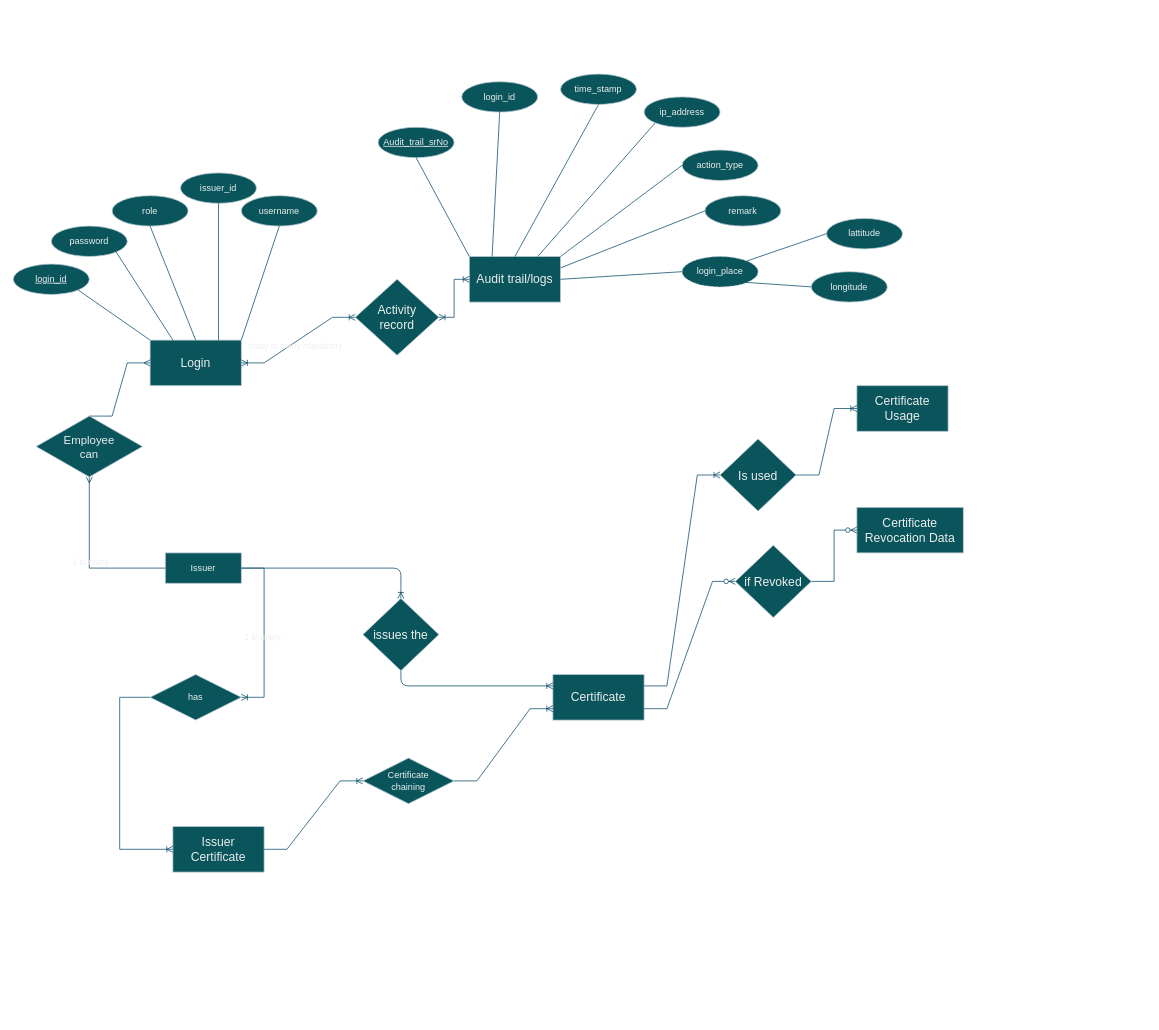
Above: E-R dig.drawio in mimoneysh/DB_Design (draw.io), before the change. Source tidied: cells renumbered, new cells numbered last; positions are measured from the earlier drawing's top-left corner, leaving out a move shared by most shapes. Both pictures are drawn from the tidied source at 76%, with x=0, y=0 at pixel (13, 74).
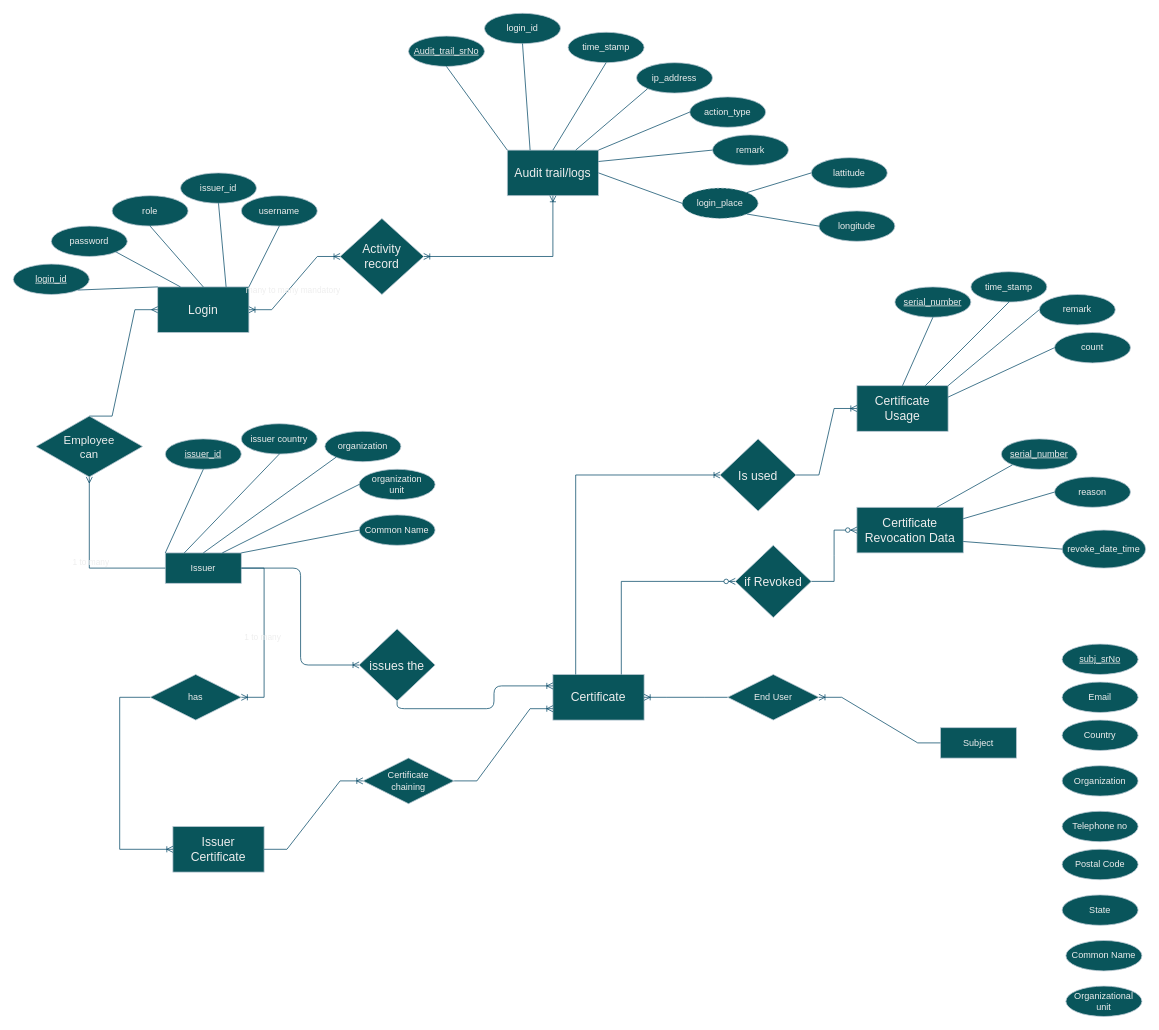
The same page after the edit.

The change refers to these unchanged cells:
```xml
<mxCell id="2" value="&lt;font style=&quot;font-size: 16px;&quot;&gt;Certificate&lt;/font&gt;" style="rounded=0;whiteSpace=wrap;html=1;fontSize=16;labelBackgroundColor=none;fillColor=#09555B;strokeColor=#BAC8D3;fontColor=#EEEEEE;" parent="1" vertex="1">
  <mxGeometry x="710" y="790" width="120" height="60" as="geometry" />
</mxCell>
<mxCell id="6" value="&lt;font style=&quot;font-size: 16px;&quot;&gt;Certificate&lt;/font&gt; Usage" style="rounded=0;whiteSpace=wrap;html=1;fontSize=16;labelBackgroundColor=none;fillColor=#09555B;strokeColor=#BAC8D3;fontColor=#EEEEEE;" parent="1" vertex="1">
  <mxGeometry x="1110" y="410" width="120" height="60" as="geometry" />
</mxCell>
<mxCell id="7" value="&lt;font style=&quot;font-size: 16px;&quot;&gt;Certificate&lt;/font&gt; Revocation Data" style="rounded=0;whiteSpace=wrap;html=1;fontSize=16;labelBackgroundColor=none;fillColor=#09555B;strokeColor=#BAC8D3;fontColor=#EEEEEE;" parent="1" vertex="1">
  <mxGeometry x="1110" y="570" width="140" height="60" as="geometry" />
</mxCell>
<mxCell id="8" value="Issuer" style="rounded=0;arcSize=10;whiteSpace=wrap;html=1;align=center;labelBackgroundColor=none;fillColor=#09555B;strokeColor=#BAC8D3;fontColor=#EEEEEE;" parent="1" vertex="1">
  <mxGeometry x="200" y="630" width="100" height="40" as="geometry" />
</mxCell>
<mxCell id="29" value="Is used" style="rhombus;whiteSpace=wrap;html=1;fontSize=16;direction=south;rounded=0;labelBackgroundColor=none;fillColor=#09555B;strokeColor=#BAC8D3;fontColor=#EEEEEE;" parent="1" vertex="1">
  <mxGeometry x="930" y="480" width="100" height="95" as="geometry" />
</mxCell>
<mxCell id="32" value="if Revoked" style="rhombus;whiteSpace=wrap;html=1;fontSize=16;direction=south;rounded=0;labelBackgroundColor=none;fillColor=#09555B;strokeColor=#BAC8D3;fontColor=#EEEEEE;" parent="1" vertex="1">
  <mxGeometry x="950" y="620" width="100" height="95" as="geometry" />
</mxCell>
```

The edit, as a diff of the source:
```diff
@@
     <mxCell id="4" value="Login" style="rounded=0;whiteSpace=wrap;html=1;fontSize=16;labelBackgroundColor=none;fillColor=#09555B;strokeColor=#BAC8D3;fontColor=#EEEEEE;" parent="1" vertex="1">
-      <mxGeometry x="180" y="350" width="120" height="60" as="geometry" />
+      <mxGeometry x="190" y="280" width="120" height="60" as="geometry" />
     </mxCell>
     <mxCell id="5" value="&lt;font style=&quot;font-size: 16px;&quot;&gt;Audit trail/logs&lt;/font&gt;" style="rounded=0;whiteSpace=wrap;html=1;labelBackgroundColor=none;fillColor=#09555B;strokeColor=#BAC8D3;fontColor=#EEEEEE;" parent="1" vertex="1">
-      <mxGeometry x="600" y="240" width="120" height="60" as="geometry" />
+      <mxGeometry x="650" y="100" width="120" height="60" as="geometry" />
     </mxCell>
@@
     <mxCell id="12" value="&lt;div style=&quot;font-size: 16px;&quot;&gt;&lt;font style=&quot;font-size: 16px;&quot;&gt;Activity&lt;/font&gt;&lt;/div&gt;&lt;div style=&quot;font-size: 16px;&quot;&gt;&lt;font style=&quot;font-size: 16px;&quot;&gt;record&lt;font style=&quot;font-size: 16px;&quot;&gt;&lt;br&gt;&lt;/font&gt;&lt;/font&gt;&lt;/div&gt;" style="rhombus;whiteSpace=wrap;html=1;rounded=0;labelBackgroundColor=none;fillColor=#09555B;strokeColor=#BAC8D3;fontColor=#EEEEEE;" parent="1" vertex="1">
-      <mxGeometry x="450" y="270" width="110" height="100" as="geometry" />
+      <mxGeometry x="430" y="190" width="110" height="100" as="geometry" />
     </mxCell>
@@
-    <mxCell id="22" style="edgeStyle=orthogonalEdgeStyle;fontSize=12;html=1;endArrow=ERoneToMany;labelBackgroundColor=none;fontColor=default;exitX=1;exitY=0.5;exitDx=0;exitDy=0;entryX=0;entryY=0.5;entryDx=0;entryDy=0;strokeColor=#0B4D6A;" parent="1" edge="1" source="8" target="23">
+    <mxCell id="22" style="fontSize=12;html=1;endArrow=ERoneToMany;labelBackgroundColor=none;fontColor=default;exitX=1;exitY=0.5;exitDx=0;exitDy=0;entryX=0.5;entryY=1;entryDx=0;entryDy=0;strokeColor=#0B4D6A;edgeStyle=elbowEdgeStyle;" parent="1" edge="1" source="8" target="23">
       <mxGeometry relative="1" as="geometry" />
     </mxCell>
     <mxCell id="23" value="issues the" style="rhombus;whiteSpace=wrap;html=1;fontSize=16;direction=south;rounded=0;labelBackgroundColor=none;fillColor=#09555B;strokeColor=#BAC8D3;fontColor=#EEEEEE;" parent="1" vertex="1">
-      <mxGeometry x="460" y="690" width="100" height="95" as="geometry" />
+      <mxGeometry x="455" y="730" width="100" height="95" as="geometry" />
     </mxCell>
@@
-    <mxCell id="28" style="edgeStyle=entityRelationEdgeStyle;fontSize=12;html=1;endArrow=ERoneToMany;rounded=0;exitX=1;exitY=0.25;exitDx=0;exitDy=0;entryX=0.5;entryY=1;entryDx=0;entryDy=0;labelBackgroundColor=none;fontColor=default;strokeColor=#0B4D6A;" parent="1" edge="1" source="2" target="29">
+    <mxCell id="28" style="edgeStyle=orthogonalEdgeStyle;fontSize=12;html=1;endArrow=ERoneToMany;rounded=0;exitX=0.25;exitY=0;exitDx=0;exitDy=0;entryX=0.5;entryY=1;entryDx=0;entryDy=0;labelBackgroundColor=none;fontColor=default;strokeColor=#0B4D6A;" parent="1" edge="1" source="2" target="29">
       <mxGeometry relative="1" as="geometry" />
     </mxCell>
@@
-    <mxCell id="31" style="edgeStyle=entityRelationEdgeStyle;fontSize=12;html=1;endArrow=ERzeroToMany;endFill=1;rounded=0;exitX=1;exitY=0.75;exitDx=0;exitDy=0;labelBackgroundColor=none;fontColor=default;strokeColor=#0B4D6A;" parent="1" edge="1" source="2" target="32">
+    <mxCell id="31" style="edgeStyle=orthogonalEdgeStyle;fontSize=12;html=1;endArrow=ERzeroToMany;endFill=1;rounded=0;exitX=0.75;exitY=0;exitDx=0;exitDy=0;labelBackgroundColor=none;fontColor=default;strokeColor=#0B4D6A;entryX=0.5;entryY=1;entryDx=0;entryDy=0;" parent="1" edge="1" source="2" target="32">
       <mxGeometry relative="1" as="geometry" />
     </mxCell>
@@
     <mxCell id="33" value="Audit_trail_srNo" style="ellipse;whiteSpace=wrap;html=1;align=center;fontStyle=4;labelBackgroundColor=none;fillColor=#09555B;strokeColor=#BAC8D3;fontColor=#EEEEEE;" parent="1" vertex="1">
-      <mxGeometry x="480" y="70" width="100" height="40" as="geometry" />
+      <mxGeometry x="520" y="-50" width="100" height="40" as="geometry" />
     </mxCell>
     <mxCell id="34" value="login_id" style="ellipse;whiteSpace=wrap;html=1;align=center;labelBackgroundColor=none;fillColor=#09555B;strokeColor=#BAC8D3;fontColor=#EEEEEE;" parent="1" vertex="1">
-      <mxGeometry x="590" y="10" width="100" height="40" as="geometry" />
+      <mxGeometry x="620" y="-80" width="100" height="40" as="geometry" />
     </mxCell>
     <mxCell id="35" value="time_stamp" style="ellipse;whiteSpace=wrap;html=1;align=center;labelBackgroundColor=none;fillColor=#09555B;strokeColor=#BAC8D3;fontColor=#EEEEEE;" parent="1" vertex="1">
-      <mxGeometry x="720" width="100" height="40" as="geometry" />
+      <mxGeometry x="730" y="-55" width="100" height="40" as="geometry" />
     </mxCell>
     <mxCell id="36" value="ip_address" style="ellipse;whiteSpace=wrap;html=1;align=center;labelBackgroundColor=none;fillColor=#09555B;strokeColor=#BAC8D3;fontColor=#EEEEEE;" parent="1" vertex="1">
-      <mxGeometry x="830" y="30" width="100" height="40" as="geometry" />
+      <mxGeometry x="820" y="-15" width="100" height="40" as="geometry" />
     </mxCell>
     <mxCell id="37" value="action_type" style="ellipse;whiteSpace=wrap;html=1;align=center;labelBackgroundColor=none;fillColor=#09555B;strokeColor=#BAC8D3;fontColor=#EEEEEE;" parent="1" vertex="1">
-      <mxGeometry x="880" y="100" width="100" height="40" as="geometry" />
+      <mxGeometry x="890" y="30" width="100" height="40" as="geometry" />
     </mxCell>
     <mxCell id="38" value="remark" style="ellipse;whiteSpace=wrap;html=1;align=center;labelBackgroundColor=none;fillColor=#09555B;strokeColor=#BAC8D3;fontColor=#EEEEEE;" parent="1" vertex="1">
-      <mxGeometry x="910" y="160" width="100" height="40" as="geometry" />
+      <mxGeometry x="920" y="80" width="100" height="40" as="geometry" />
     </mxCell>
     <mxCell id="39" value="lattitude" style="ellipse;whiteSpace=wrap;html=1;align=center;labelBackgroundColor=none;fillColor=#09555B;strokeColor=#BAC8D3;fontColor=#EEEEEE;" parent="1" vertex="1">
-      <mxGeometry x="1070" y="190" width="100" height="40" as="geometry" />
+      <mxGeometry x="1050" y="110" width="100" height="40" as="geometry" />
     </mxCell>
     <mxCell id="40" value="longitude" style="ellipse;whiteSpace=wrap;html=1;align=center;labelBackgroundColor=none;fillColor=#09555B;strokeColor=#BAC8D3;fontColor=#EEEEEE;" parent="1" vertex="1">
-      <mxGeometry x="1050" y="260" width="100" height="40" as="geometry" />
+      <mxGeometry x="1060" y="180" width="100" height="40" as="geometry" />
     </mxCell>
     <mxCell id="41" value="login_place" style="ellipse;whiteSpace=wrap;html=1;align=center;dashed=1;labelBackgroundColor=none;fillColor=#09555B;strokeColor=#BAC8D3;fontColor=#EEEEEE;" parent="1" vertex="1">
-      <mxGeometry x="880" y="240" width="100" height="40" as="geometry" />
+      <mxGeometry x="880" y="150" width="100" height="40" as="geometry" />
     </mxCell>
@@
+    <mxCell id="61" value="issuer_id" style="ellipse;whiteSpace=wrap;html=1;align=center;fontStyle=4;strokeColor=#BAC8D3;fontColor=#EEEEEE;fillColor=#09555B;" parent="1" vertex="1">
+      <mxGeometry x="200" y="480" width="100" height="40" as="geometry" />
+    </mxCell>
+    <mxCell id="62" value="issuer country" style="ellipse;whiteSpace=wrap;html=1;align=center;strokeColor=#BAC8D3;fontColor=#EEEEEE;fillColor=#09555B;" parent="1" vertex="1">
+      <mxGeometry x="300" y="460" width="100" height="40" as="geometry" />
+    </mxCell>
+    <mxCell id="63" value="organization" style="ellipse;whiteSpace=wrap;html=1;align=center;strokeColor=#BAC8D3;fontColor=#EEEEEE;fillColor=#09555B;" parent="1" vertex="1">
+      <mxGeometry x="410" y="470" width="100" height="40" as="geometry" />
+    </mxCell>
+    <mxCell id="64" value="&lt;div&gt;organization &lt;br&gt;&lt;/div&gt;&lt;div&gt;unit&lt;/div&gt;" style="ellipse;whiteSpace=wrap;html=1;align=center;strokeColor=#BAC8D3;fontColor=#EEEEEE;fillColor=#09555B;" parent="1" vertex="1">
+      <mxGeometry x="455" y="520" width="100" height="40" as="geometry" />
+    </mxCell>
+    <mxCell id="65" value="Common Name" style="ellipse;whiteSpace=wrap;html=1;align=center;strokeColor=#BAC8D3;fontColor=#EEEEEE;fillColor=#09555B;" parent="1" vertex="1">
+      <mxGeometry x="455" y="580" width="100" height="40" as="geometry" />
+    </mxCell>
+    <mxCell id="66" style="endArrow=none;html=1;rounded=0;strokeColor=#0B4D6A;exitX=0.5;exitY=1;exitDx=0;exitDy=0;entryX=0;entryY=0;entryDx=0;entryDy=0;" parent="1" edge="1" source="61" target="8">
+      <mxGeometry relative="1" as="geometry" />
+    </mxCell>
+    <mxCell id="67" style="endArrow=none;html=1;rounded=0;strokeColor=#0B4D6A;exitX=0.5;exitY=1;exitDx=0;exitDy=0;entryX=0.25;entryY=0;entryDx=0;entryDy=0;" parent="1" edge="1" source="62" target="8">
+      <mxGeometry relative="1" as="geometry" />
+    </mxCell>
+    <mxCell id="68" style="endArrow=none;html=1;rounded=0;strokeColor=#0B4D6A;exitX=0;exitY=1;exitDx=0;exitDy=0;entryX=0.5;entryY=0;entryDx=0;entryDy=0;" parent="1" edge="1" source="63" target="8">
+      <mxGeometry relative="1" as="geometry" />
+    </mxCell>
+    <mxCell id="69" style="endArrow=none;html=1;rounded=0;strokeColor=#0B4D6A;exitX=0;exitY=0.5;exitDx=0;exitDy=0;entryX=0.75;entryY=0;entryDx=0;entryDy=0;" parent="1" edge="1" source="64" target="8">
+      <mxGeometry relative="1" as="geometry" />
+    </mxCell>
+    <mxCell id="70" style="endArrow=none;html=1;rounded=0;strokeColor=#0B4D6A;exitX=1;exitY=0;exitDx=0;exitDy=0;entryX=0;entryY=0.5;entryDx=0;entryDy=0;" parent="1" edge="1" source="8" target="65">
+      <mxGeometry relative="1" as="geometry" />
+    </mxCell>
+    <mxCell id="71" value="Subject" style="whiteSpace=wrap;html=1;align=center;strokeColor=#BAC8D3;fontColor=#EEEEEE;fillColor=#09555B;" parent="1" vertex="1">
+      <mxGeometry x="1220" y="860" width="100" height="40" as="geometry" />
+    </mxCell>
+    <mxCell id="72" style="edgeStyle=entityRelationEdgeStyle;fontSize=12;html=1;endArrow=ERoneToMany;rounded=0;strokeColor=#0B4D6A;entryX=1;entryY=0.5;entryDx=0;entryDy=0;exitX=0;exitY=0.5;exitDx=0;exitDy=0;" parent="1" edge="1" source="74" target="2">
+      <mxGeometry relative="1" as="geometry" />
+    </mxCell>
+    <mxCell id="73" style="edgeStyle=entityRelationEdgeStyle;fontSize=12;html=1;endArrow=ERoneToMany;rounded=0;strokeColor=#0B4D6A;entryX=1;entryY=0.5;entryDx=0;entryDy=0;exitX=0;exitY=0.5;exitDx=0;exitDy=0;" parent="1" edge="1" source="71" target="74">
+      <mxGeometry relative="1" as="geometry" />
+    </mxCell>
+    <mxCell id="74" value="End User" style="shape=rhombus;perimeter=rhombusPerimeter;whiteSpace=wrap;html=1;align=center;strokeColor=#BAC8D3;fontColor=#EEEEEE;fillColor=#09555B;" parent="1" vertex="1">
+      <mxGeometry x="940" y="790" width="120" height="60" as="geometry" />
+    </mxCell>
+    <mxCell id="75" value="serial_number" style="ellipse;whiteSpace=wrap;html=1;align=center;fontStyle=4;strokeColor=#BAC8D3;fontColor=#EEEEEE;fillColor=#09555B;" parent="1" vertex="1">
+      <mxGeometry x="1160" y="280" width="100" height="40" as="geometry" />
+    </mxCell>
+    <mxCell id="76" value="serial_number" style="ellipse;whiteSpace=wrap;html=1;align=center;fontStyle=4;strokeColor=#BAC8D3;fontColor=#EEEEEE;fillColor=#09555B;" parent="1" vertex="1">
+      <mxGeometry x="1300" y="480" width="100" height="40" as="geometry" />
+    </mxCell>
+    <mxCell id="77" value="time_stamp" style="ellipse;whiteSpace=wrap;html=1;align=center;strokeColor=#BAC8D3;fontColor=#EEEEEE;fillColor=#09555B;" parent="1" vertex="1">
+      <mxGeometry x="1260" y="260" width="100" height="40" as="geometry" />
+    </mxCell>
+    <mxCell id="78" value="remark" style="ellipse;whiteSpace=wrap;html=1;align=center;strokeColor=#BAC8D3;fontColor=#EEEEEE;fillColor=#09555B;" parent="1" vertex="1">
+      <mxGeometry x="1350" y="290" width="100" height="40" as="geometry" />
+    </mxCell>
+    <mxCell id="79" value="count" style="ellipse;whiteSpace=wrap;html=1;align=center;strokeColor=#BAC8D3;fontColor=#EEEEEE;fillColor=#09555B;" parent="1" vertex="1">
+      <mxGeometry x="1370" y="340" width="100" height="40" as="geometry" />
+    </mxCell>
+    <mxCell id="80" style="endArrow=none;html=1;rounded=0;strokeColor=#0B4D6A;exitX=0.5;exitY=1;exitDx=0;exitDy=0;entryX=0.5;entryY=0;entryDx=0;entryDy=0;" parent="1" edge="1" source="75" target="6">
+      <mxGeometry relative="1" as="geometry" />
+    </mxCell>
+    <mxCell id="81" style="endArrow=none;html=1;rounded=0;strokeColor=#0B4D6A;entryX=0.5;entryY=1;entryDx=0;entryDy=0;exitX=0.75;exitY=0;exitDx=0;exitDy=0;" parent="1" edge="1" source="6" target="77">
+      <mxGeometry relative="1" as="geometry" />
+    </mxCell>
+    <mxCell id="82" style="endArrow=none;html=1;rounded=0;strokeColor=#0B4D6A;entryX=0;entryY=0.5;entryDx=0;entryDy=0;exitX=1;exitY=0;exitDx=0;exitDy=0;" parent="1" edge="1" source="6" target="78">
+      <mxGeometry relative="1" as="geometry" />
+    </mxCell>
+    <mxCell id="83" style="endArrow=none;html=1;rounded=0;strokeColor=#0B4D6A;entryX=0;entryY=0.5;entryDx=0;entryDy=0;exitX=1;exitY=0.25;exitDx=0;exitDy=0;" parent="1" edge="1" source="6" target="79">
+      <mxGeometry relative="1" as="geometry" />
+    </mxCell>
+    <mxCell id="84" value="reason" style="ellipse;whiteSpace=wrap;html=1;align=center;strokeColor=#BAC8D3;fontColor=#EEEEEE;fillColor=#09555B;" parent="1" vertex="1">
+      <mxGeometry x="1370" y="530" width="100" height="40" as="geometry" />
+    </mxCell>
+    <mxCell id="85" value="revoke_date_time" style="ellipse;whiteSpace=wrap;html=1;align=center;strokeColor=#BAC8D3;fontColor=#EEEEEE;fillColor=#09555B;" parent="1" vertex="1">
+      <mxGeometry x="1380" y="600" width="110" height="50" as="geometry" />
+    </mxCell>
+    <mxCell id="86" style="endArrow=none;html=1;rounded=0;strokeColor=#0B4D6A;exitX=0.75;exitY=0;exitDx=0;exitDy=0;entryX=0;entryY=1;entryDx=0;entryDy=0;" parent="1" edge="1" source="7" target="76">
+      <mxGeometry relative="1" as="geometry" />
+    </mxCell>
+    <mxCell id="87" style="endArrow=none;html=1;rounded=0;strokeColor=#0B4D6A;exitX=1;exitY=0.25;exitDx=0;exitDy=0;entryX=0;entryY=0.5;entryDx=0;entryDy=0;" parent="1" edge="1" source="7" target="84">
+      <mxGeometry relative="1" as="geometry" />
+    </mxCell>
+    <mxCell id="88" style="endArrow=none;html=1;rounded=0;strokeColor=#0B4D6A;exitX=1;exitY=0.75;exitDx=0;exitDy=0;entryX=0;entryY=0.5;entryDx=0;entryDy=0;" parent="1" edge="1" source="7" target="85">
+      <mxGeometry relative="1" as="geometry" />
+    </mxCell>
+    <mxCell id="89" value="subj_srNo" style="ellipse;whiteSpace=wrap;html=1;align=center;fontStyle=4;strokeColor=#BAC8D3;fontColor=#EEEEEE;fillColor=#09555B;" parent="1" vertex="1">
+      <mxGeometry x="1380" y="750" width="100" height="40" as="geometry" />
+    </mxCell>
+    <mxCell id="90" value="Country" style="ellipse;whiteSpace=wrap;html=1;align=center;strokeColor=#BAC8D3;fontColor=#EEEEEE;fillColor=#09555B;" parent="1" vertex="1">
+      <mxGeometry x="1380" y="850" width="100" height="40" as="geometry" />
+    </mxCell>
+    <mxCell id="91" value="Organization" style="ellipse;whiteSpace=wrap;html=1;align=center;strokeColor=#BAC8D3;fontColor=#EEEEEE;fillColor=#09555B;" parent="1" vertex="1">
+      <mxGeometry x="1380" y="910" width="100" height="40" as="geometry" />
+    </mxCell>
+    <mxCell id="92" value="Telephone no" style="ellipse;whiteSpace=wrap;html=1;align=center;strokeColor=#BAC8D3;fontColor=#EEEEEE;fillColor=#09555B;" parent="1" vertex="1">
+      <mxGeometry x="1380" y="970" width="100" height="40" as="geometry" />
+    </mxCell>
+    <mxCell id="93" value="Postal Code" style="ellipse;whiteSpace=wrap;html=1;align=center;strokeColor=#BAC8D3;fontColor=#EEEEEE;fillColor=#09555B;" parent="1" vertex="1">
+      <mxGeometry x="1380" y="1020" width="100" height="40" as="geometry" />
+    </mxCell>
+    <mxCell id="94" value="State" style="ellipse;whiteSpace=wrap;html=1;align=center;strokeColor=#BAC8D3;fontColor=#EEEEEE;fillColor=#09555B;" parent="1" vertex="1">
+      <mxGeometry x="1380" y="1080" width="100" height="40" as="geometry" />
+    </mxCell>
+    <mxCell id="95" value="Common Name" style="ellipse;whiteSpace=wrap;html=1;align=center;strokeColor=#BAC8D3;fontColor=#EEEEEE;fillColor=#09555B;" parent="1" vertex="1">
+      <mxGeometry x="1385" y="1140" width="100" height="40" as="geometry" />
+    </mxCell>
+    <mxCell id="96" value="Organizational unit" style="ellipse;whiteSpace=wrap;html=1;align=center;strokeColor=#BAC8D3;fontColor=#EEEEEE;fillColor=#09555B;" parent="1" vertex="1">
+      <mxGeometry x="1385" y="1200" width="100" height="40" as="geometry" />
+    </mxCell>
+    <mxCell id="97" value="Email" style="ellipse;whiteSpace=wrap;html=1;align=center;strokeColor=#BAC8D3;fontColor=#EEEEEE;fillColor=#09555B;" parent="1" vertex="1">
+      <mxGeometry x="1380" y="800" width="100" height="40" as="geometry" />
+    </mxCell>
```
